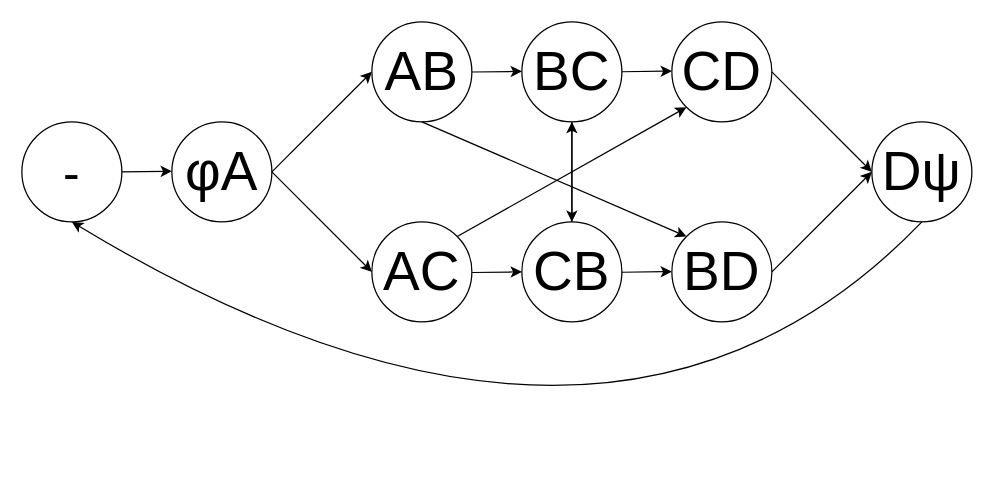
This is MA_2_parallelitaet.drawio from Marakil/BA_Bilder, a draw.io file, before an edit. Source tidied: cells renumbered, new cells numbered last; positions are measured from the earlier drawing's top-left corner, leaving out a move shared by most shapes. Both pictures are drawn from the tidied source at 125%, with x=0, y=0 at pixel (21, 21).
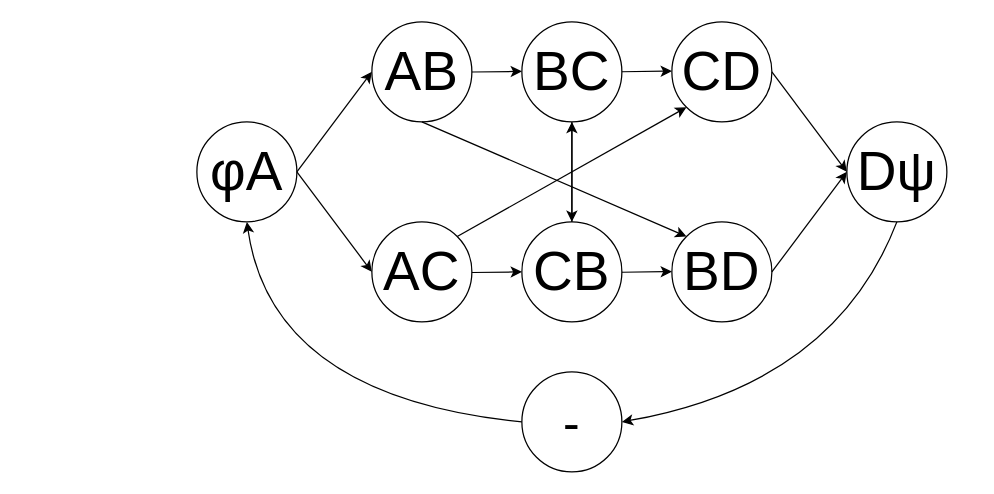
Above is the later version.

The change refers to these unchanged cells:
```xml
<mxCell id="5" value="BD" style="ellipse;whiteSpace=wrap;html=1;fontSize=44;" parent="1" vertex="1">
  <mxGeometry x="520" y="160" width="80" height="80" as="geometry" />
</mxCell>
<mxCell id="7" value="CD" style="ellipse;whiteSpace=wrap;html=1;fontSize=44;" parent="1" vertex="1">
  <mxGeometry x="520" width="80" height="80" as="geometry" />
</mxCell>
```

The edit, as a diff of the source:
```diff
@@
     <mxCell id="3" value="φA" style="ellipse;whiteSpace=wrap;html=1;fontSize=44;" parent="1" vertex="1">
-      <mxGeometry x="120" y="80" width="80" height="80" as="geometry" />
+      <mxGeometry x="140" y="80" width="80" height="80" as="geometry" />
     </mxCell>
@@
-    <mxCell id="8" style="endArrow=classic;html=1;rounded=0;curved=1;entryX=0;entryY=0.5;entryDx=0;entryDy=0;exitX=1;exitY=0.5;exitDx=0;exitDy=0;" parent="1" edge="1" source="14">
-      <mxGeometry relative="1" as="geometry">
-        <mxPoint x="120" y="119.5" as="targetPoint" />
-      </mxGeometry>
-    </mxCell>
@@
     <mxCell id="10" value="Dψ" style="ellipse;whiteSpace=wrap;html=1;fontSize=44;" parent="1" vertex="1">
-      <mxGeometry x="680" y="80" width="80" height="80" as="geometry" />
+      <mxGeometry x="660" y="80" width="80" height="80" as="geometry" />
     </mxCell>
-    <mxCell id="11" style="endArrow=classic;html=1;rounded=0;curved=1;entryX=0;entryY=0.5;entryDx=0;entryDy=0;exitX=1;exitY=0.5;exitDx=0;exitDy=0;" parent="1" edge="1" source="7">
-      <mxGeometry relative="1" as="geometry">
-        <mxPoint x="680" y="120" as="targetPoint" />
-      </mxGeometry>
+    <mxCell id="11" style="endArrow=classic;html=1;rounded=0;curved=1;exitX=1;exitY=0.5;exitDx=0;exitDy=0;entryX=0;entryY=0.5;entryDx=0;entryDy=0;" parent="1" edge="1" source="7" target="10">
+      <mxGeometry relative="1" as="geometry" />
     </mxCell>
-    <mxCell id="12" style="endArrow=classic;html=1;rounded=0;curved=1;entryX=0;entryY=0.5;entryDx=0;entryDy=0;exitX=1;exitY=0.5;exitDx=0;exitDy=0;" parent="1" edge="1" source="5">
-      <mxGeometry relative="1" as="geometry">
-        <mxPoint x="680" y="120" as="targetPoint" />
-      </mxGeometry>
+    <mxCell id="12" style="endArrow=classic;html=1;rounded=0;curved=1;exitX=1;exitY=0.5;exitDx=0;exitDy=0;entryX=0;entryY=0.5;entryDx=0;entryDy=0;" parent="1" edge="1" source="5" target="10">
+      <mxGeometry relative="1" as="geometry" />
     </mxCell>
-    <mxCell id="13" style="endArrow=classic;html=1;rounded=0;curved=1;entryX=0;entryY=0.5;entryDx=0;entryDy=0;exitX=1;exitY=0.5;exitDx=0;exitDy=0;" parent="1" edge="1" target="14">
-      <mxGeometry relative="1" as="geometry">
-        <mxPoint x="40" y="119.5" as="sourcePoint" />
-      </mxGeometry>
-    </mxCell>
     <mxCell id="14" value="-" style="ellipse;whiteSpace=wrap;html=1;fontSize=40;" parent="1" vertex="1">
-      <mxGeometry y="80" width="80" height="80" as="geometry" />
+      <mxGeometry x="400" y="280" width="80" height="80" as="geometry" />
     </mxCell>
@@
+    <mxCell id="26" style="endArrow=classic;html=1;rounded=0;curved=1;exitX=0;exitY=0.5;exitDx=0;exitDy=0;entryX=0.5;entryY=1;entryDx=0;entryDy=0;" parent="1" edge="1" source="14" target="3">
+      <mxGeometry relative="1" as="geometry">
+        <Array as="points">
+          <mxPoint x="200" y="300" />
+        </Array>
+      </mxGeometry>
+    </mxCell>
-    <mxCell id="25" style="endArrow=classic;html=1;rounded=0;curved=1;exitX=0.5;exitY=1;exitDx=0;exitDy=0;entryX=0.5;entryY=1;entryDx=0;entryDy=0;" parent="1" edge="1" source="10" target="14">
+    <mxCell id="25" style="endArrow=classic;html=1;rounded=0;curved=1;exitX=0.5;exitY=1;exitDx=0;exitDy=0;entryX=1;entryY=0.5;entryDx=0;entryDy=0;" parent="1" edge="1" source="10" target="14">
       <mxGeometry relative="1" as="geometry">
         <Array as="points">
-          <mxPoint x="470" y="420" />
+          <mxPoint x="650" y="290" />
         </Array>
       </mxGeometry>
     </mxCell>
```
